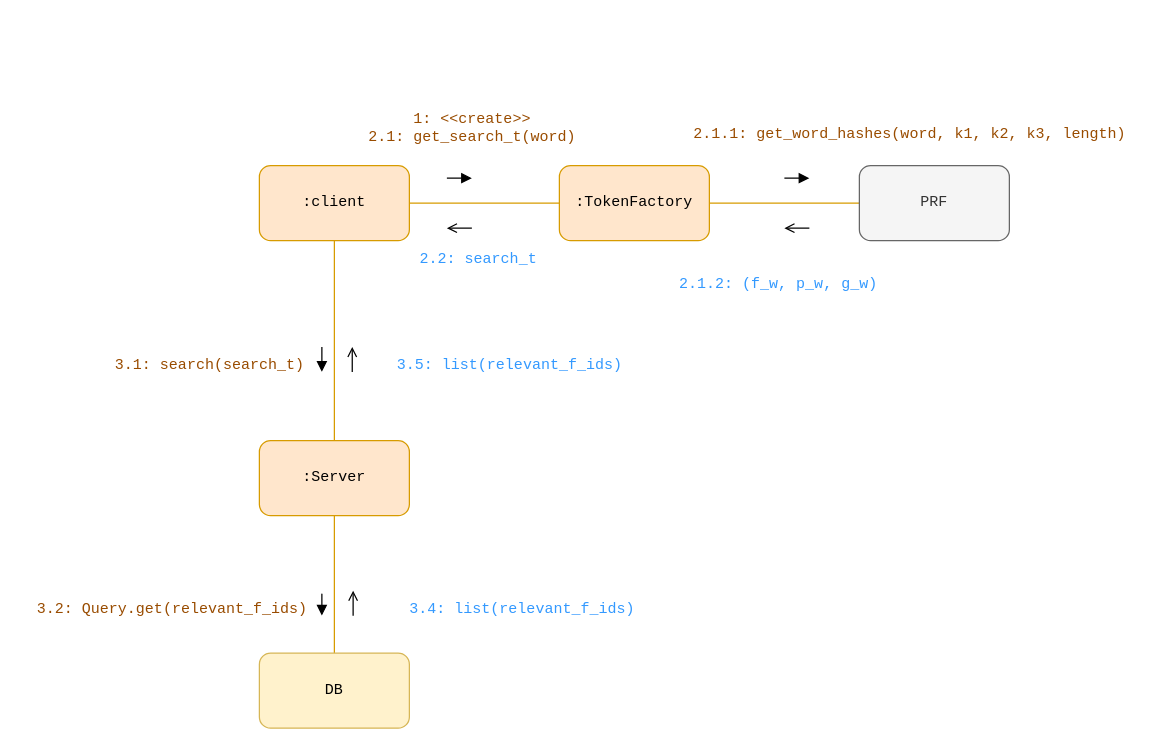
Earlier version of the draw.io diagram page "search-communication" (1 of 4) of diagrams/behavioral/serevr-core.drawio (thisisel/dynamic-sse). Source tidied: cells renumbered, new cells numbered last; positions are measured from the earlier drawing's top-left corner, leaving out a move shared by most shapes. Both pictures are drawn from the tidied source at 125%, with x=0, y=0 at pixel (21, 21).
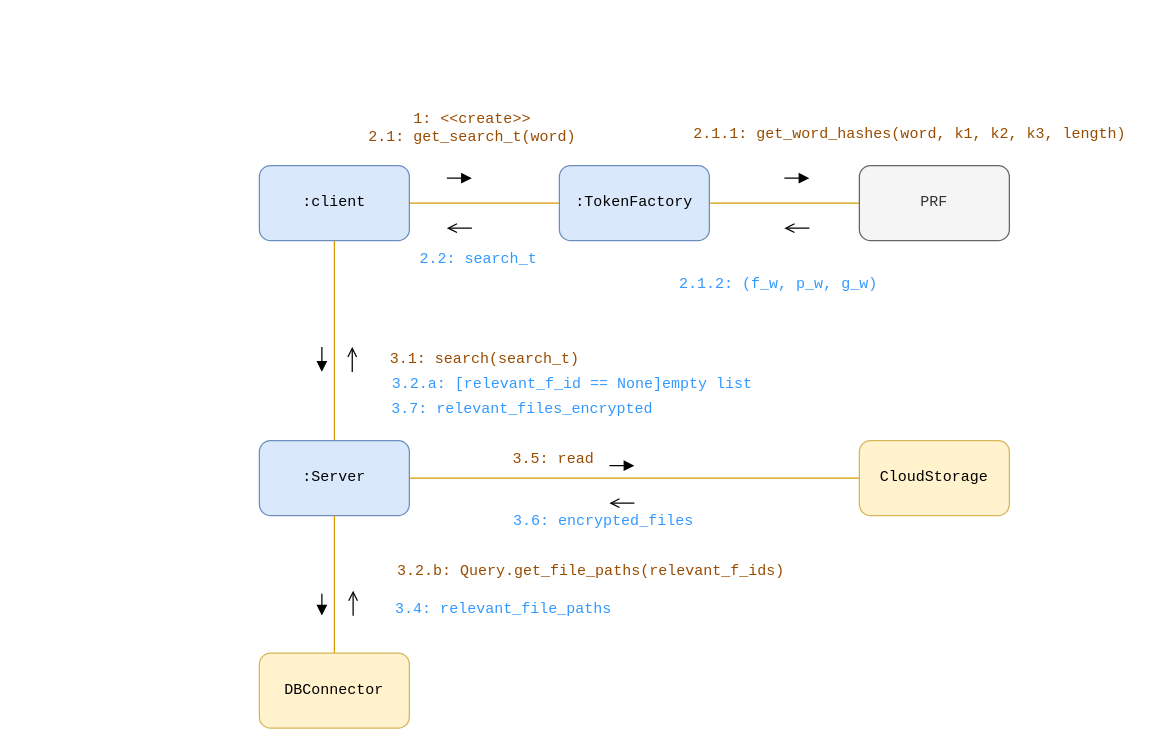
The same page after the edit.

Diff of the diagram source:
```diff
@@
-    <mxCell id="4" value=":client" style="rounded=1;whiteSpace=wrap;html=1;fontFamily=Courier New;fillColor=#ffe6cc;strokeColor=#d79b00;" parent="1" vertex="1">
+    <mxCell id="4" value=":client" style="rounded=1;whiteSpace=wrap;html=1;fontFamily=Courier New;fillColor=#dae8fc;strokeColor=#6c8ebf;" parent="1" vertex="1">
       <mxGeometry x="190" y="115" width="120" height="60" as="geometry" />
     </mxCell>
@@
-    <mxCell id="6" value=":TokenFactory" style="whiteSpace=wrap;html=1;rounded=1;fontFamily=Courier New;fillColor=#ffe6cc;strokeColor=#d79b00;" parent="1" vertex="1">
+    <mxCell id="6" value=":TokenFactory" style="whiteSpace=wrap;html=1;rounded=1;fontFamily=Courier New;fillColor=#dae8fc;strokeColor=#6c8ebf;" parent="1" vertex="1">
       <mxGeometry x="430" y="115" width="120" height="60" as="geometry" />
     </mxCell>
@@
+    <mxCell id="28" style="edgeStyle=orthogonalEdgeStyle;rounded=0;jettySize=auto;html=1;exitX=1;exitY=0.5;exitDx=0;exitDy=0;entryX=0;entryY=0.5;entryDx=0;entryDy=0;strokeColor=#D79B00;endArrow=none;endFill=0;" parent="1" edge="1" source="8" target="29">
+      <mxGeometry relative="1" as="geometry" />
+    </mxCell>
-    <mxCell id="8" value=":Server" style="whiteSpace=wrap;html=1;rounded=1;fontFamily=Courier New;fillColor=#ffe6cc;strokeColor=#d79b00;" parent="1" vertex="1">
+    <mxCell id="8" value=":Server" style="whiteSpace=wrap;html=1;rounded=1;fontFamily=Courier New;fillColor=#dae8fc;strokeColor=#6c8ebf;" parent="1" vertex="1">
       <mxGeometry x="190" y="335" width="120" height="60" as="geometry" />
     </mxCell>
@@
-    <mxCell id="18" value="&lt;font color=&quot;#3399ff&quot;&gt;3.5: list(relevant_f_ids)&lt;/font&gt;" style="text;html=1;align=center;verticalAlign=middle;strokeColor=none;fillColor=none;fontFamily=Courier New;" parent="1" vertex="1">
-      <mxGeometry x="290" y="260" width="200" height="30" as="geometry" />
+    <mxCell id="18" value="&lt;font color=&quot;#3399ff&quot;&gt;3.7: relevant_files_encrypted&lt;/font&gt;" style="text;html=1;align=center;verticalAlign=middle;strokeColor=none;fillColor=none;fontFamily=Courier New;" parent="1" vertex="1">
+      <mxGeometry x="285" y="295" width="230" height="30" as="geometry" />
     </mxCell>
@@
     <mxCell id="20" value="&lt;font color=&quot;#994c00&quot;&gt;3.1: search(search_t)&lt;/font&gt;" style="text;html=1;align=center;verticalAlign=middle;strokeColor=none;fillColor=none;fontFamily=Courier New;" parent="1" vertex="1">
-      <mxGeometry x="65" y="260" width="170" height="30" as="geometry" />
+      <mxGeometry x="285" y="255" width="170" height="30" as="geometry" />
     </mxCell>
@@
-    <mxCell id="22" style="edgeStyle=none;html=1;endArrow=none;endFill=0;fillColor=#ffe6cc;strokeColor=#d79b00;exitX=0.5;exitY=1;exitDx=0;exitDy=0;" parent="1" edge="1" source="8" target="23">
+    <mxCell id="22" style="edgeStyle=none;html=1;endArrow=none;endFill=0;fillColor=#ffe6cc;strokeColor=#D79B00;exitX=0.5;exitY=1;exitDx=0;exitDy=0;" parent="1" edge="1" source="8" target="23">
       <mxGeometry relative="1" as="geometry" />
     </mxCell>
-    <mxCell id="23" value="DB" style="whiteSpace=wrap;html=1;fontFamily=Courier New;fillColor=#fff2cc;strokeColor=#d6b656;rounded=1;" parent="1" vertex="1">
+    <mxCell id="23" value="DBConnector" style="whiteSpace=wrap;html=1;fontFamily=Courier New;fillColor=#fff2cc;strokeColor=#d6b656;rounded=1;" parent="1" vertex="1">
       <mxGeometry x="190" y="505" width="120" height="60" as="geometry" />
     </mxCell>
-    <mxCell id="24" value="&lt;font color=&quot;#994c00&quot;&gt;3.2: Query.get(relevant_f_ids)&lt;/font&gt;" style="text;html=1;align=center;verticalAlign=middle;strokeColor=none;fillColor=none;fontFamily=Courier New;" parent="1" vertex="1">
-      <mxGeometry y="455" width="240" height="30" as="geometry" />
+    <mxCell id="24" value="&lt;font color=&quot;#994c00&quot;&gt;3.2.b: Query.get_file_paths(relevant_f_ids)&lt;/font&gt;" style="text;html=1;align=center;verticalAlign=middle;strokeColor=none;fillColor=none;fontFamily=Courier New;" parent="1" vertex="1">
+      <mxGeometry x="290" y="425" width="330" height="30" as="geometry" />
     </mxCell>
@@
-    <mxCell id="27" value="&lt;font color=&quot;#3399ff&quot;&gt;3.4: list(relevant_f_ids)&lt;/font&gt;" style="text;html=1;align=center;verticalAlign=middle;strokeColor=none;fillColor=none;fontFamily=Courier New;" parent="1" vertex="1">
-      <mxGeometry x="300" y="455" width="200" height="30" as="geometry" />
+    <mxCell id="27" value="&lt;font color=&quot;#3399ff&quot;&gt;3.4:&amp;nbsp;relevant_file_paths&lt;/font&gt;" style="text;html=1;align=center;verticalAlign=middle;strokeColor=none;fillColor=none;fontFamily=Courier New;" parent="1" vertex="1">
+      <mxGeometry x="285" y="455" width="200" height="30" as="geometry" />
     </mxCell>
+    <mxCell id="29" value="CloudStorage" style="whiteSpace=wrap;html=1;fontFamily=Courier New;fillColor=#fff2cc;strokeColor=#d6b656;rounded=1;" parent="1" vertex="1">
+      <mxGeometry x="670" y="335" width="120" height="60" as="geometry" />
+    </mxCell>
+    <mxCell id="30" style="html=1;verticalAlign=bottom;labelBackgroundColor=none;endArrow=block;endFill=1;fontFamily=Courier New;fillColor=#ffe6cc;strokeColor=#000000;" parent="1" edge="1">
+      <mxGeometry relative="1" as="geometry">
+        <mxPoint x="470" y="355" as="sourcePoint" />
+        <mxPoint x="490" y="355" as="targetPoint" />
+        <Array as="points">
+          <mxPoint x="470" y="355" />
+        </Array>
+      </mxGeometry>
+    </mxCell>
+    <mxCell id="31" style="html=1;verticalAlign=bottom;labelBackgroundColor=none;endArrow=open;endFill=0;fontFamily=Courier New;fillColor=#ffe6cc;strokeColor=#000000;" parent="1" edge="1">
+      <mxGeometry relative="1" as="geometry">
+        <mxPoint x="490" y="385" as="sourcePoint" />
+        <mxPoint x="470" y="385" as="targetPoint" />
+        <Array as="points">
+          <mxPoint x="490" y="385" />
+        </Array>
+      </mxGeometry>
+    </mxCell>
+    <mxCell id="32" value="&lt;font color=&quot;#994c00&quot;&gt;3.5: read&lt;/font&gt;" style="text;html=1;align=center;verticalAlign=middle;strokeColor=none;fillColor=none;fontFamily=Courier New;" parent="1" vertex="1">
+      <mxGeometry x="380" y="335" width="90" height="30" as="geometry" />
+    </mxCell>
+    <mxCell id="33" value="&lt;font color=&quot;#3399ff&quot;&gt;3.6: encrypted_files&lt;/font&gt;" style="text;html=1;align=center;verticalAlign=middle;strokeColor=none;fillColor=none;fontFamily=Courier New;" parent="1" vertex="1">
+      <mxGeometry x="380" y="385" width="170" height="30" as="geometry" />
+    </mxCell>
+    <mxCell id="34" value="&lt;font color=&quot;#3399ff&quot;&gt;3.2.a: [relevant_f_id == None]empty list&lt;/font&gt;" style="text;html=1;align=center;verticalAlign=middle;strokeColor=none;fillColor=none;fontFamily=Courier New;" parent="1" vertex="1">
+      <mxGeometry x="285" y="275" width="310" height="30" as="geometry" />
+    </mxCell>
```
